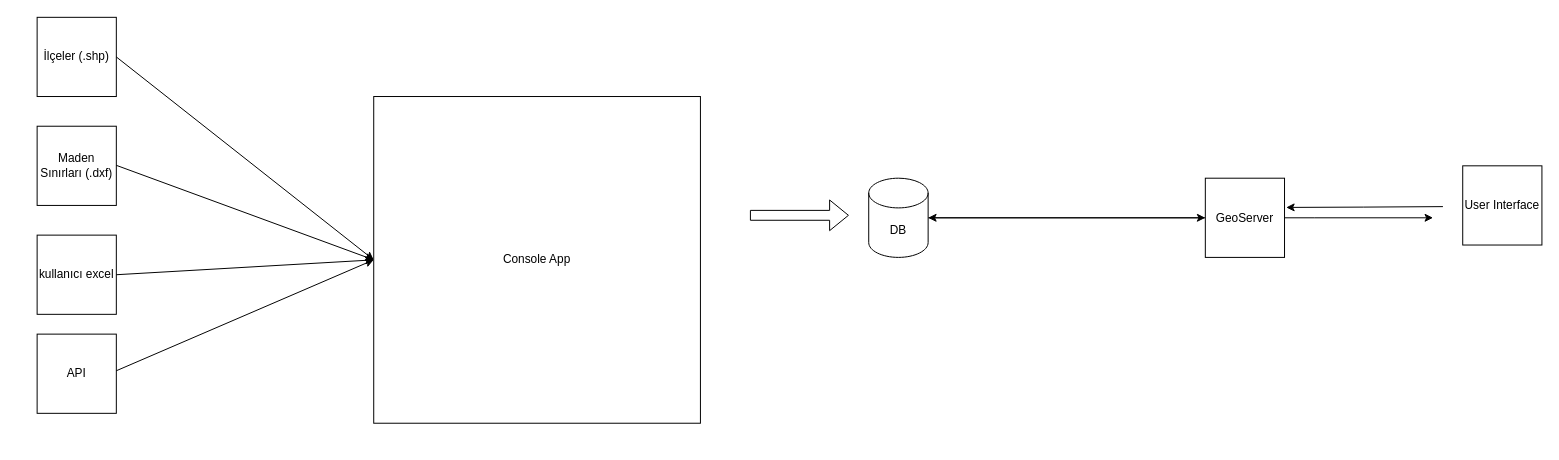
This is page "mimari" (1 of 4) of document/design-diagram.drawio from eyptunahnunl/gis-case-study, a draw.io file, before an edit. Source tidied: cells renumbered, new cells numbered last; positions are measured from the earlier drawing's top-left corner, leaving out a move shared by most shapes. Both pictures are drawn from the tidied source at 99%, with x=0, y=0 at pixel (37, 17).
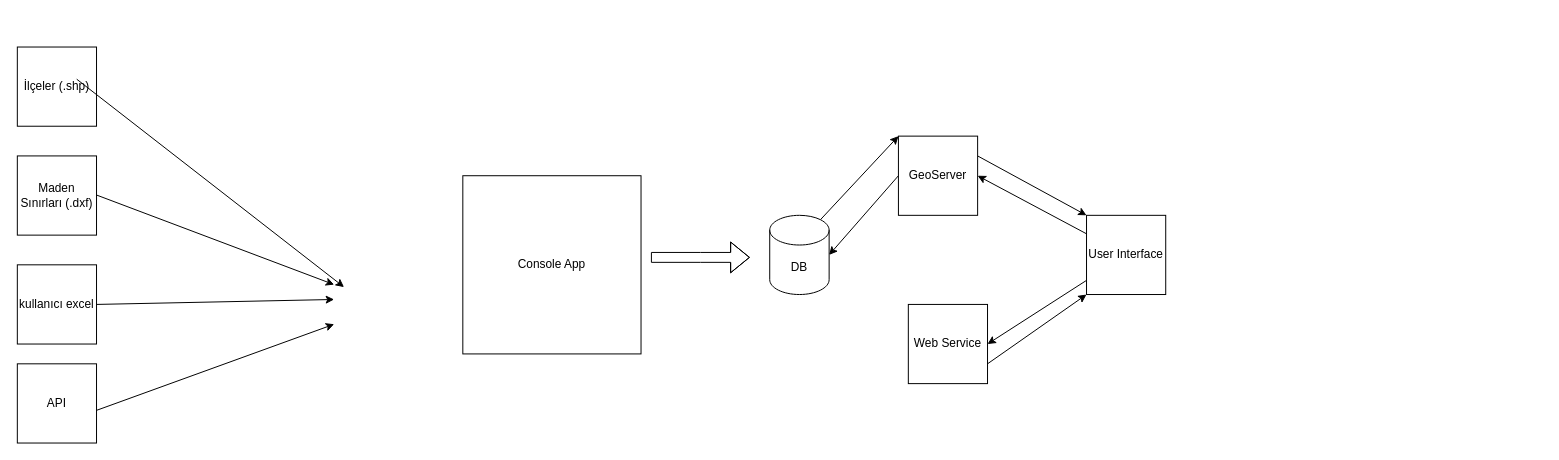
Above is the later version.

Change to the diagram source:
```diff
@@
     <mxCell id="2" value="İlçeler (.shp)" style="whiteSpace=wrap;html=1;" parent="1" vertex="1">
-      <mxGeometry width="80" height="80" as="geometry" />
+      <mxGeometry x="-20" y="30" width="80" height="80" as="geometry" />
     </mxCell>
     <mxCell id="3" value="Console App" style="whiteSpace=wrap;html=1;" parent="1" vertex="1">
-      <mxGeometry x="340" y="80" width="330" height="330" as="geometry" />
+      <mxGeometry x="430" y="160" width="180" height="180" as="geometry" />
     </mxCell>
     <mxCell id="4" value="Maden Sınırları (.dxf)" style="whiteSpace=wrap;html=1;" parent="1" vertex="1">
-      <mxGeometry y="110" width="80" height="80" as="geometry" />
+      <mxGeometry x="-20" y="140" width="80" height="80" as="geometry" />
     </mxCell>
     <mxCell id="5" value="kullanıcı excel" style="whiteSpace=wrap;html=1;" parent="1" vertex="1">
-      <mxGeometry y="220" width="80" height="80" as="geometry" />
+      <mxGeometry x="-20" y="250" width="80" height="80" as="geometry" />
     </mxCell>
     <mxCell id="6" value="API" style="whiteSpace=wrap;html=1;" parent="1" vertex="1">
-      <mxGeometry y="320" width="80" height="80" as="geometry" />
+      <mxGeometry x="-20" y="350" width="80" height="80" as="geometry" />
     </mxCell>
-    <mxCell id="7" style="endArrow=classic;html=1;rounded=0;entryX=0;entryY=0.5;entryDx=0;entryDy=0;" parent="1" edge="1" target="3">
+    <mxCell id="7" style="endArrow=classic;html=1;rounded=0;" parent="1" edge="1">
       <mxGeometry relative="1" as="geometry">
-        <mxPoint x="80" y="40" as="sourcePoint" />
+        <mxPoint x="40" y="62.5" as="sourcePoint" />
+        <mxPoint x="310" y="272.5" as="targetPoint" />
       </mxGeometry>
     </mxCell>
-    <mxCell id="8" style="endArrow=classic;html=1;rounded=0;exitX=1;exitY=0.75;exitDx=0;exitDy=0;entryX=0;entryY=0.5;entryDx=0;entryDy=0;" parent="1" edge="1" target="3">
+    <mxCell id="8" style="endArrow=classic;html=1;rounded=0;exitX=1;exitY=0.75;exitDx=0;exitDy=0;" parent="1" edge="1">
       <mxGeometry relative="1" as="geometry">
-        <mxPoint x="80" y="149.5" as="sourcePoint" />
+        <mxPoint x="60" y="179.5" as="sourcePoint" />
+        <mxPoint x="300" y="270" as="targetPoint" />
       </mxGeometry>
     </mxCell>
-    <mxCell id="9" style="endArrow=classic;html=1;rounded=0;entryX=0;entryY=0.5;entryDx=0;entryDy=0;" parent="1" edge="1" target="3">
+    <mxCell id="9" style="endArrow=classic;html=1;rounded=0;" parent="1" edge="1">
       <mxGeometry relative="1" as="geometry">
-        <mxPoint x="80" y="260" as="sourcePoint" />
+        <mxPoint x="60" y="290" as="sourcePoint" />
+        <mxPoint x="300" y="285" as="targetPoint" />
       </mxGeometry>
     </mxCell>
-    <mxCell id="10" style="endArrow=classic;html=1;rounded=0;entryX=0;entryY=0.5;entryDx=0;entryDy=0;" parent="1" edge="1" target="3">
+    <mxCell id="10" style="endArrow=classic;html=1;rounded=0;" parent="1" edge="1">
       <mxGeometry relative="1" as="geometry">
-        <mxPoint x="80" y="357" as="sourcePoint" />
+        <mxPoint x="60" y="397" as="sourcePoint" />
+        <mxPoint x="300" y="310" as="targetPoint" />
       </mxGeometry>
     </mxCell>
     <mxCell id="11" style="shape=flexArrow;endArrow=classic;html=1;rounded=0;" parent="1" edge="1">
       <mxGeometry relative="1" as="geometry">
-        <mxPoint x="720" y="200" as="sourcePoint" />
-        <mxPoint x="820" y="200" as="targetPoint" />
+        <mxPoint x="620" y="242.5" as="sourcePoint" />
+        <mxPoint x="720" y="242.5" as="targetPoint" />
+        <Array as="points">
+          <mxPoint x="670" y="242.5" />
+        </Array>
       </mxGeometry>
     </mxCell>
-    <mxCell id="12" style="edgeStyle=orthogonalEdgeStyle;rounded=0;jettySize=auto;html=1;" parent="1" edge="1" source="13" target="16">
+    <mxCell id="12" style="edgeStyle=none;html=1;exitX=0.855;exitY=0;exitDx=0;exitDy=4.35;exitPerimeter=0;entryX=0;entryY=0;entryDx=0;entryDy=0;" parent="1" edge="1" source="13" target="16">
       <mxGeometry relative="1" as="geometry" />
     </mxCell>
     <mxCell id="13" value="DB" style="shape=cylinder3;whiteSpace=wrap;html=1;boundedLbl=1;backgroundOutline=1;size=15;" parent="1" vertex="1">
-      <mxGeometry x="840" y="162.5" width="60" height="80" as="geometry" />
+      <mxGeometry x="740" y="200" width="60" height="80" as="geometry" />
     </mxCell>
+    <mxCell id="19" style="edgeStyle=none;html=1;exitX=1;exitY=0.25;exitDx=0;exitDy=0;entryX=0;entryY=0;entryDx=0;entryDy=0;" parent="1" edge="1" source="16" target="18">
+      <mxGeometry relative="1" as="geometry" />
+    </mxCell>
-    <mxCell id="14" style="edgeStyle=orthogonalEdgeStyle;rounded=0;jettySize=auto;html=1;" parent="1" edge="1" source="16" target="13">
+    <mxCell id="14" style="edgeStyle=none;html=1;exitX=0;exitY=0.5;exitDx=0;exitDy=0;entryX=1;entryY=0.5;entryDx=0;entryDy=0;entryPerimeter=0;" parent="1" edge="1" source="16" target="13">
       <mxGeometry relative="1" as="geometry" />
     </mxCell>
-    <mxCell id="15" style="edgeStyle=orthogonalEdgeStyle;rounded=0;jettySize=auto;html=1;" parent="1" edge="1" source="16">
-      <mxGeometry relative="1" as="geometry">
-        <mxPoint x="1410" y="202.5" as="targetPoint" />
-        <Array as="points">
-          <mxPoint x="1290" y="203" />
-          <mxPoint x="1290" y="203" />
-        </Array>
-      </mxGeometry>
-    </mxCell>
     <mxCell id="16" value="GeoServer" style="whiteSpace=wrap;html=1;" parent="1" vertex="1">
-      <mxGeometry x="1180" y="162.5" width="80" height="80" as="geometry" />
+      <mxGeometry x="870" y="120" width="80" height="80" as="geometry" />
     </mxCell>
-    <mxCell id="17" style="edgeStyle=orthogonalEdgeStyle;rounded=0;jettySize=auto;html=1;exitX=0;exitY=0.5;exitDx=0;exitDy=0;entryX=1.021;entryY=0.369;entryDx=0;entryDy=0;entryPerimeter=0;" parent="1" edge="1" target="16">
-      <mxGeometry relative="1" as="geometry">
-        <mxPoint x="1420" y="191.2" as="sourcePoint" />
-      </mxGeometry>
-    </mxCell>
+    <mxCell id="20" style="edgeStyle=none;html=1;entryX=1;entryY=0.5;entryDx=0;entryDy=0;" parent="1" edge="1" source="18" target="16">
+      <mxGeometry relative="1" as="geometry" />
+    </mxCell>
+    <mxCell id="21" style="edgeStyle=none;html=1;entryX=1;entryY=0.5;entryDx=0;entryDy=0;" parent="1" edge="1" source="18" target="23">
+      <mxGeometry relative="1" as="geometry" />
+    </mxCell>
     <mxCell id="18" value="User Interface" style="whiteSpace=wrap;html=1;" parent="1" vertex="1">
-      <mxGeometry x="1440" y="150" width="80" height="80" as="geometry" />
+      <mxGeometry x="1060" y="200" width="80" height="80" as="geometry" />
     </mxCell>
+    <mxCell id="22" style="edgeStyle=none;html=1;exitX=1;exitY=0.75;exitDx=0;exitDy=0;entryX=0;entryY=1;entryDx=0;entryDy=0;" parent="1" edge="1" source="23" target="18">
+      <mxGeometry relative="1" as="geometry" />
+    </mxCell>
+    <mxCell id="23" value="Web Service" style="whiteSpace=wrap;html=1;" parent="1" vertex="1">
+      <mxGeometry x="880" y="290" width="80" height="80" as="geometry" />
+    </mxCell>
```
